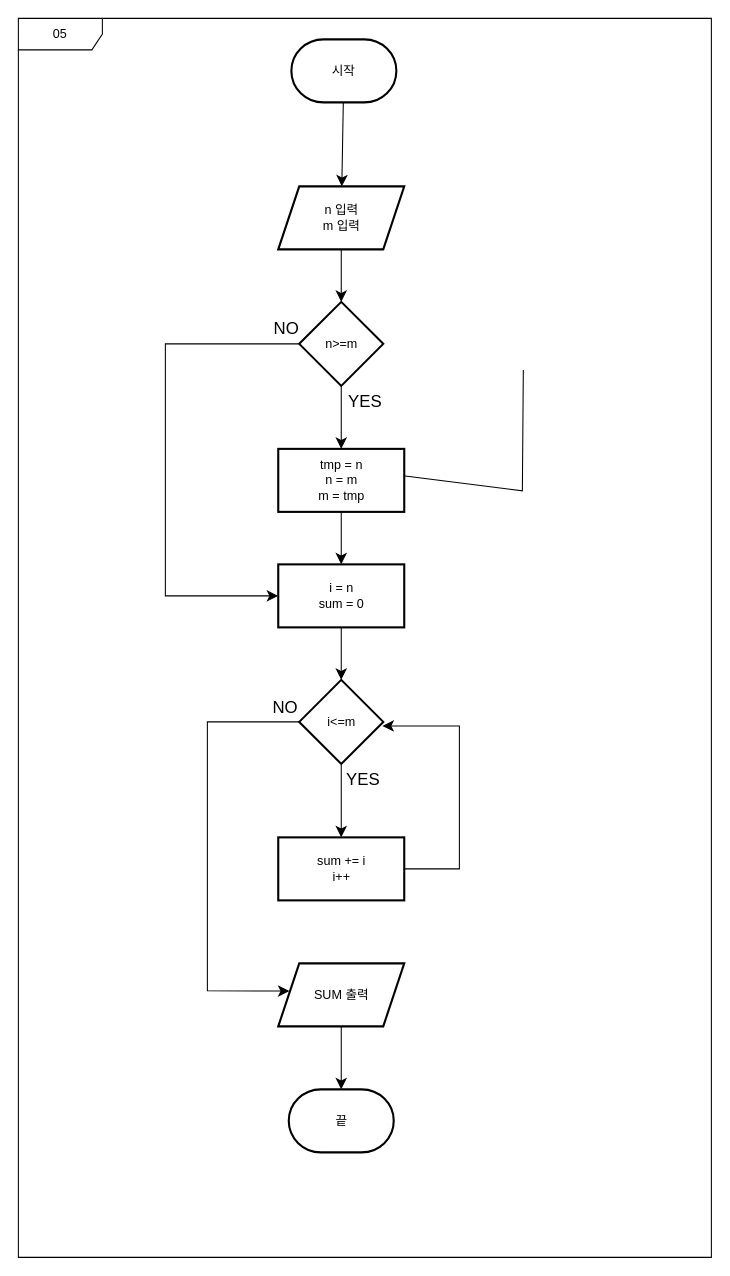
Earlier version of the draw.io diagram JAVABOOK/src/Ch07/순서도.drawio (STD-INFO-COMPUTING-WEB-2024-12-25/06_JAVA). Source tidied: cells renumbered, new cells numbered last; positions are measured from the earlier drawing's top-left corner, leaving out a move shared by most shapes. Both pictures are drawn from the tidied source at 105%, with x=0, y=0 at pixel (18, 18).
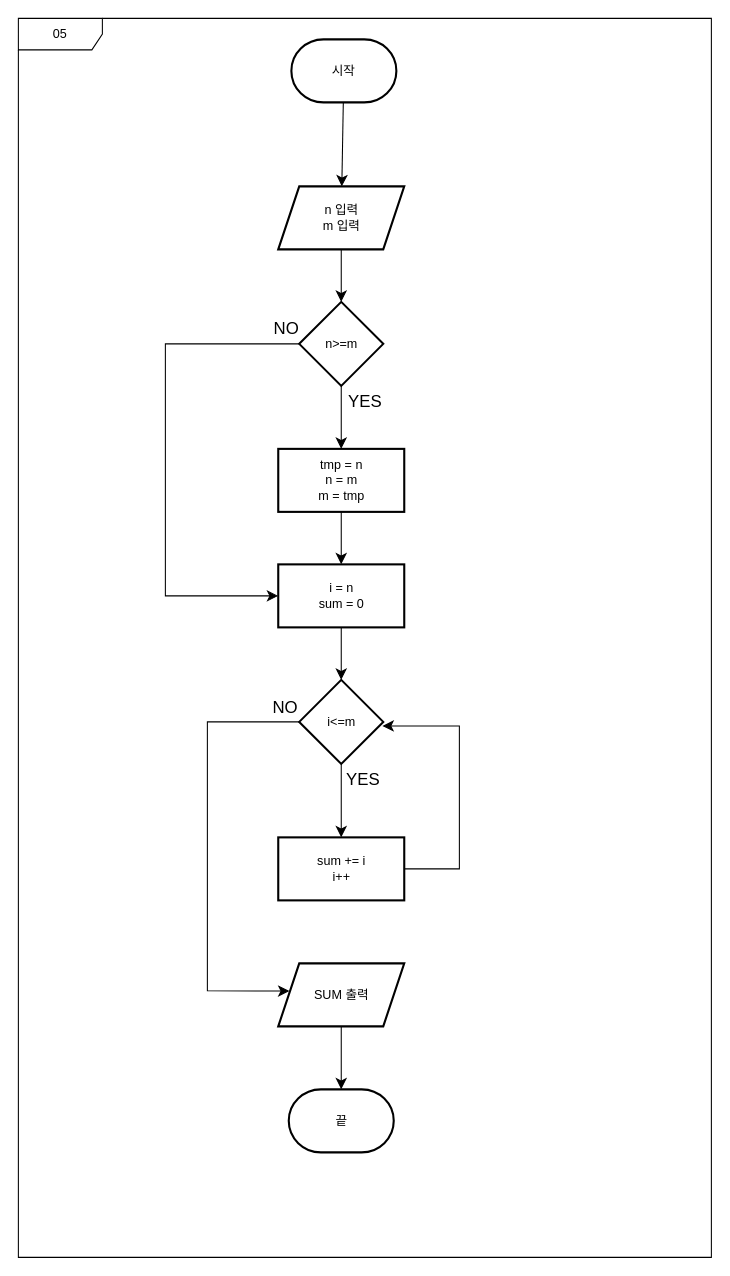
The same diagram, later.

Diff of the diagram source:
```diff
@@
-    <mxCell id="9" style="edgeStyle=none;curved=0;rounded=0;orthogonalLoop=1;jettySize=auto;html=1;fontSize=12;startSize=8;endSize=8;exitX=0.509;exitY=0.914;exitDx=0;exitDy=0;exitPerimeter=0;entryX=1;entryY=0.5;entryDx=0;entryDy=0;" parent="1" edge="1">
-      <mxGeometry relative="1" as="geometry">
-        <mxPoint x="480.9" y="334.8" as="sourcePoint" />
-        <mxPoint x="323" y="430" as="targetPoint" />
-        <Array as="points">
-          <mxPoint x="480" y="450" />
-        </Array>
-      </mxGeometry>
-    </mxCell>
```
